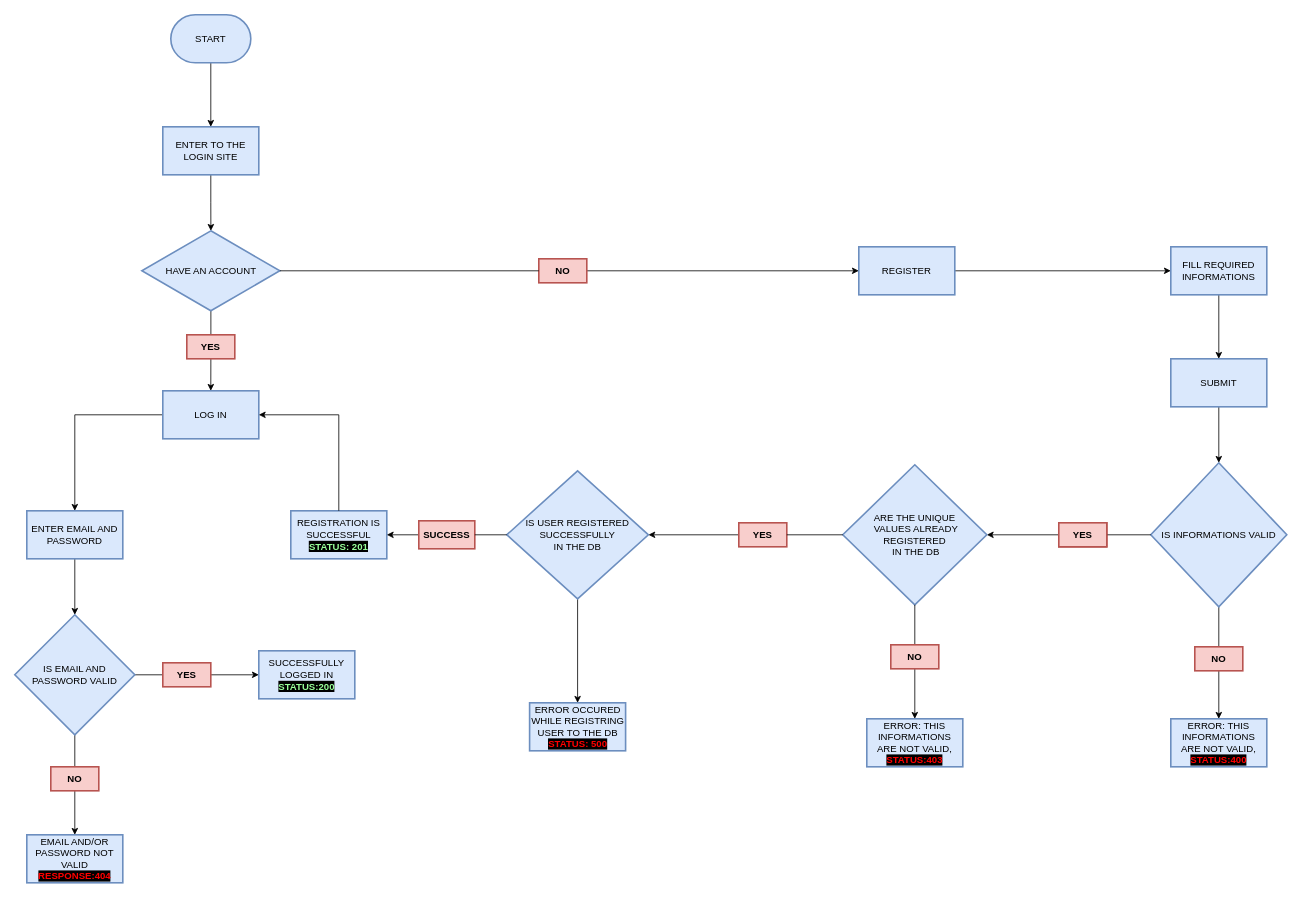
Above: page "Sayfa -1" (1 of 2) of docs/LOGIN OPERATIONS.drawio in ArmaGroupEngineering/ArmaHaberBackend (draw.io), before the change. Source tidied: cells renumbered, new cells numbered last; positions are measured from the earlier drawing's top-left corner, leaving out a move shared by most shapes. Both pictures are drawn from the tidied source at 80%, with x=0, y=0 at pixel (14, 14).
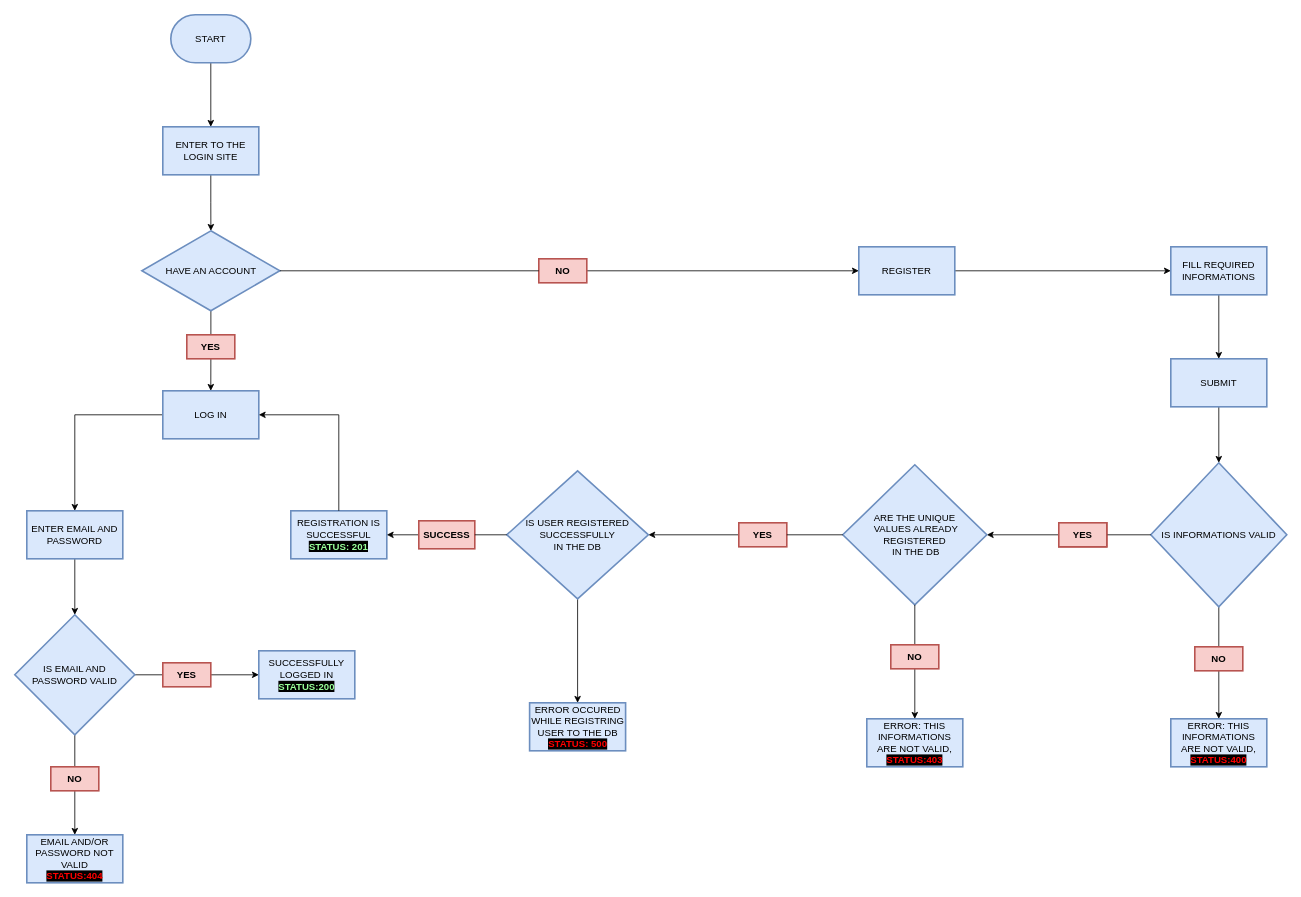
After the change.

The edit, as a diff of the source:
```diff
@@
-    <mxCell id="37" value="EMAIL AND/OR PASSWORD NOT VALID&lt;br&gt;&lt;font color=&quot;#ff0000&quot; style=&quot;background-color: rgb(0 , 0 , 0)&quot;&gt;&lt;b&gt;RESPONSE:404&lt;/b&gt;&lt;/font&gt;" style="whiteSpace=wrap;html=1;strokeColor=#6c8ebf;strokeWidth=2;fillColor=#dae8fc;" parent="1" vertex="1">
+    <mxCell id="37" value="EMAIL AND/OR PASSWORD NOT VALID&lt;br&gt;&lt;font color=&quot;#ff0000&quot; style=&quot;background-color: rgb(0 , 0 , 0)&quot;&gt;&lt;b&gt;STATUS:404&lt;/b&gt;&lt;/font&gt;" style="whiteSpace=wrap;html=1;strokeColor=#6c8ebf;strokeWidth=2;fillColor=#dae8fc;" parent="1" vertex="1">
       <mxGeometry x="15" y="1025" width="120" height="60" as="geometry" />
     </mxCell>
```
